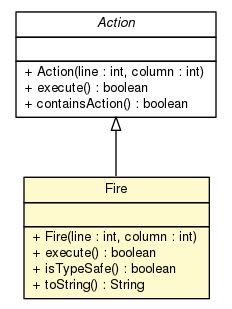
The Graphviz diagram doc/model/programs/parsing/language/statement/action/Fire.png in sinopeus/asteroids, before a commit. Its source is kept beside it as doc/model/programs/parsing/language/statement/action/Fire.dot.
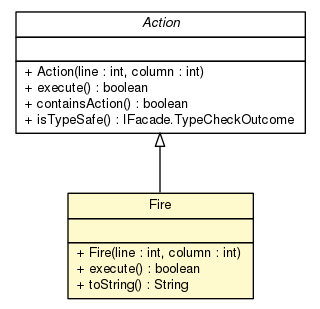
After the change.

What changed in the source:
```diff
@@ -15,6 +15,7 @@
 <tr><td align="left" balign="left"> + Action(line : int, column : int) </td></tr>
 <tr><td align="left" balign="left"> + execute() : boolean </td></tr>
 <tr><td align="left" balign="left"> + containsAction() : boolean </td></tr>
+<tr><td align="left" balign="left"> + isTypeSafe() : IFacade.TypeCheckOutcome </td></tr>
 		</table></td></tr>
 		</table>>, URL="./Action.html", fontname="Helvetica", fontcolor="black", fontsize=10.0];
 	c9555 [label=<<table title="model.programs.parsing.language.statement.action.Fire" border="0" cellborder="1" cellspacing="0" cellpadding="2" port="p" bgcolor="lemonChiffon" href="./Fire.html">
@@ -27,7 +28,6 @@
 		<tr><td><table border="0" cellspacing="0" cellpadding="1">
 <tr><td align="left" balign="left"> + Fire(line : int, column : int) </td></tr>
 <tr><td align="left" balign="left"> + execute() : boolean </td></tr>
-<tr><td align="left" balign="left"> + isTypeSafe() : boolean </td></tr>
 <tr><td align="left" balign="left"> + toString() : String </td></tr>
 		</table></td></tr>
 		</table>>, URL="./Fire.html", fontname="Helvetica", fontcolor="black", fontsize=10.0];
```
